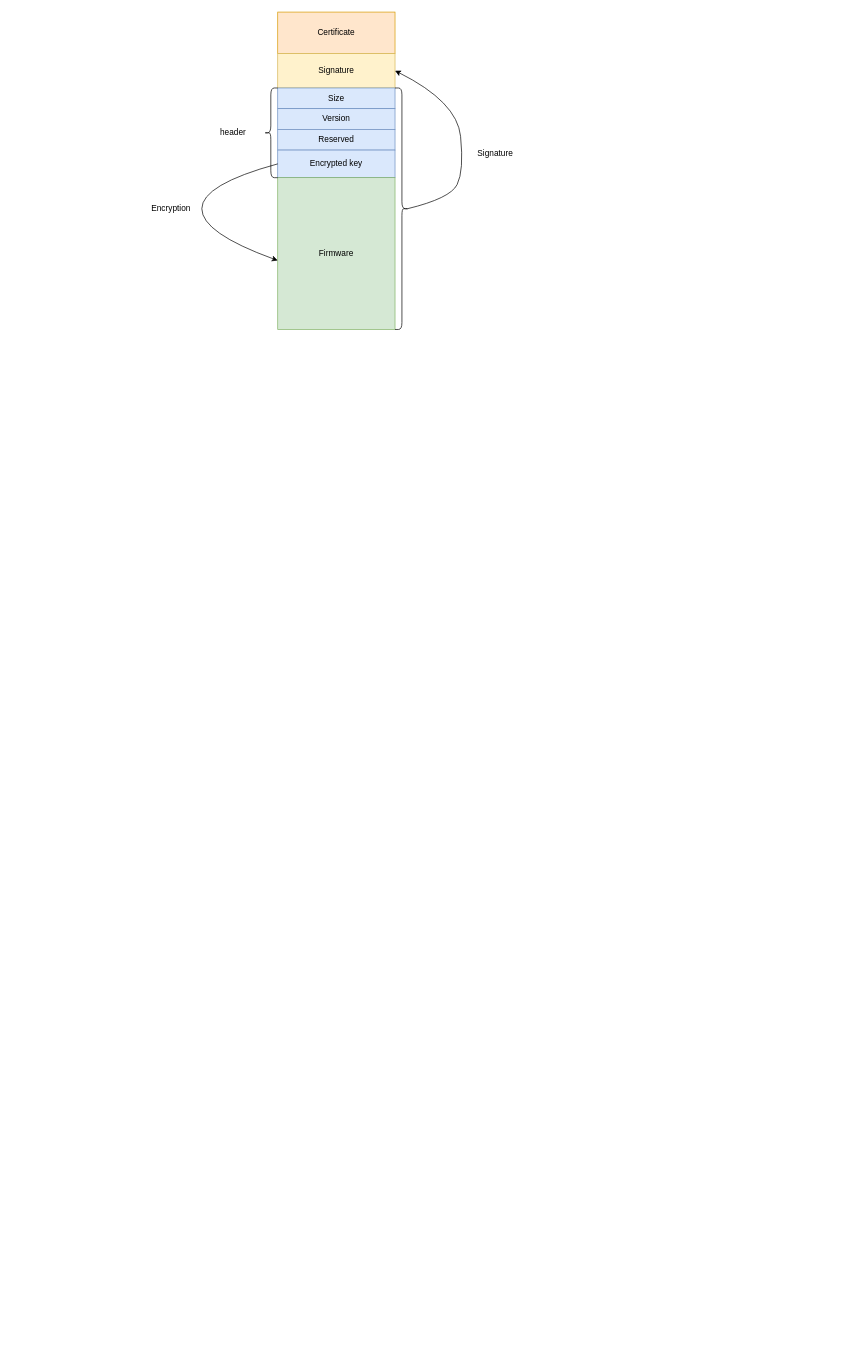
The draw.io diagram page "image" (4 of 4) of secure_boot.drawio in thomas-coding/drawio, before the edit. Source tidied: cells renumbered, new cells numbered last; positions are measured from the earlier drawing's top-left corner, leaving out a move shared by most shapes. Both pictures are drawn from the tidied source at 69%, with x=0, y=0 at pixel (143, 12).
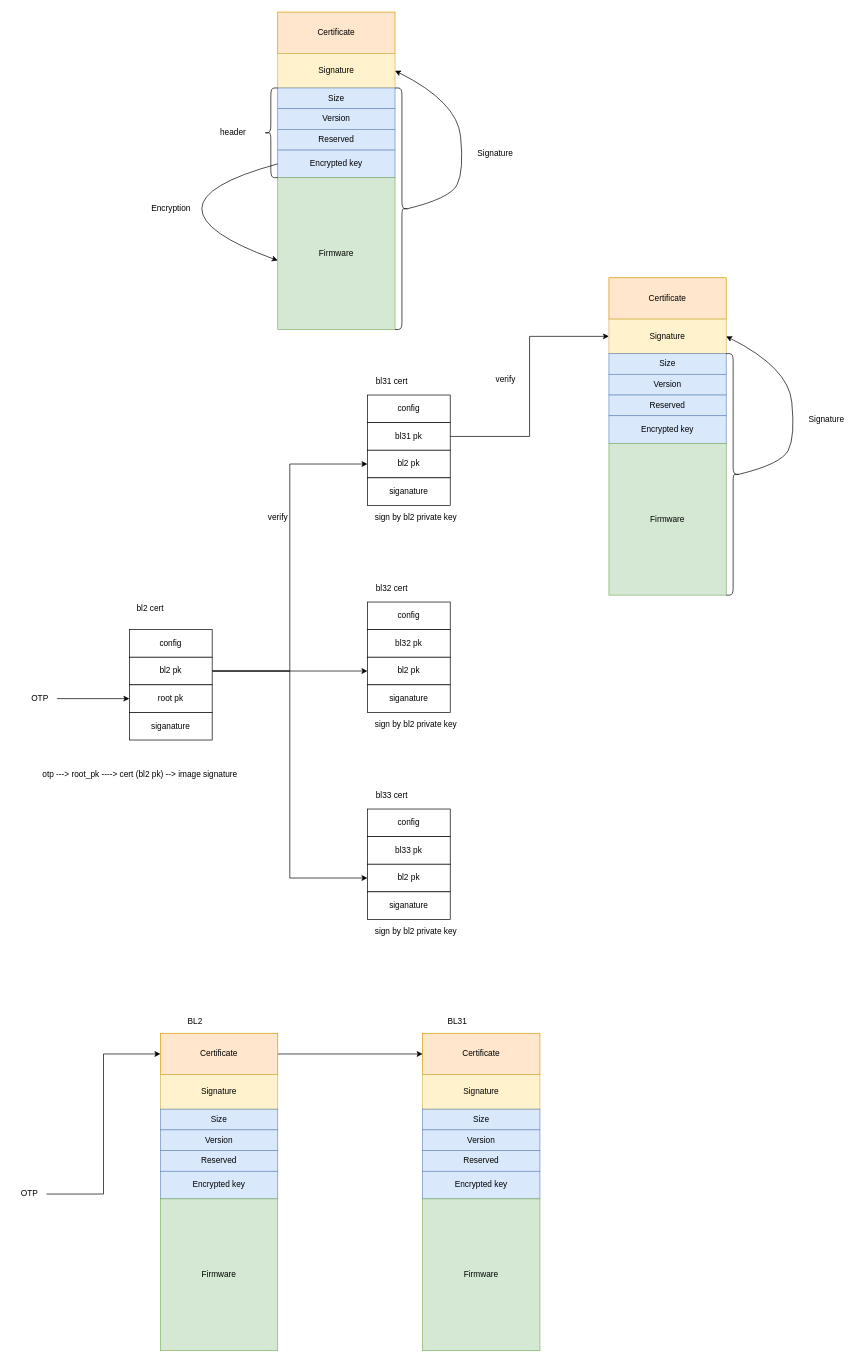
After the change.

Diff of the diagram source:
```diff
@@
+    <mxCell id="16" value="bl2 cert" style="text;html=1;align=center;verticalAlign=middle;strokeColor=none;fillColor=none;" parent="1" vertex="1">
+      <mxGeometry x="-20" y="850" width="60" height="30" as="geometry" />
+    </mxCell>
+    <mxCell id="17" value="config" style="rounded=0;whiteSpace=wrap;html=1;" parent="1" vertex="1">
+      <mxGeometry x="-20" y="895" width="120" height="40" as="geometry" />
+    </mxCell>
+    <mxCell id="18" style="edgeStyle=orthogonalEdgeStyle;rounded=0;jettySize=auto;html=1;entryX=0;entryY=0.5;entryDx=0;entryDy=0;" parent="1" edge="1" source="21" target="29">
+      <mxGeometry relative="1" as="geometry" />
+    </mxCell>
+    <mxCell id="19" style="edgeStyle=orthogonalEdgeStyle;rounded=0;jettySize=auto;html=1;entryX=0;entryY=0.5;entryDx=0;entryDy=0;" parent="1" edge="1" source="21" target="38">
+      <mxGeometry relative="1" as="geometry" />
+    </mxCell>
+    <mxCell id="20" style="edgeStyle=orthogonalEdgeStyle;rounded=0;jettySize=auto;html=1;entryX=0;entryY=0.5;entryDx=0;entryDy=0;" parent="1" edge="1" source="21" target="44">
+      <mxGeometry relative="1" as="geometry" />
+    </mxCell>
+    <mxCell id="21" value="bl2 pk" style="rounded=0;whiteSpace=wrap;html=1;" parent="1" vertex="1">
+      <mxGeometry x="-20" y="935" width="120" height="40" as="geometry" />
+    </mxCell>
+    <mxCell id="22" value="root pk" style="rounded=0;whiteSpace=wrap;html=1;" parent="1" vertex="1">
+      <mxGeometry x="-20" y="975" width="120" height="40" as="geometry" />
+    </mxCell>
+    <mxCell id="23" value="siganature" style="rounded=0;whiteSpace=wrap;html=1;" parent="1" vertex="1">
+      <mxGeometry x="-20" y="1015" width="120" height="40" as="geometry" />
+    </mxCell>
+    <mxCell id="24" value="otp ---&amp;gt; root_pk ----&amp;gt; cert (bl2 pk) --&amp;gt; image signature" style="text;html=1;align=center;verticalAlign=middle;strokeColor=none;fillColor=none;" parent="1" vertex="1">
+      <mxGeometry x="-160" y="1090" width="310" height="30" as="geometry" />
+    </mxCell>
+    <mxCell id="25" value="bl31 cert" style="text;html=1;align=center;verticalAlign=middle;strokeColor=none;fillColor=none;" parent="1" vertex="1">
+      <mxGeometry x="325" y="520" width="70" height="30" as="geometry" />
+    </mxCell>
+    <mxCell id="26" value="config" style="rounded=0;whiteSpace=wrap;html=1;" parent="1" vertex="1">
+      <mxGeometry x="325" y="555" width="120" height="40" as="geometry" />
+    </mxCell>
+    <mxCell id="27" style="edgeStyle=orthogonalEdgeStyle;rounded=0;jettySize=auto;html=1;entryX=0;entryY=0.5;entryDx=0;entryDy=0;" parent="1" edge="1" source="28" target="48">
+      <mxGeometry relative="1" as="geometry" />
+    </mxCell>
+    <mxCell id="28" value="bl31 pk" style="rounded=0;whiteSpace=wrap;html=1;" parent="1" vertex="1">
+      <mxGeometry x="325" y="595" width="120" height="40" as="geometry" />
+    </mxCell>
+    <mxCell id="29" value="bl2 pk" style="rounded=0;whiteSpace=wrap;html=1;" parent="1" vertex="1">
+      <mxGeometry x="325" y="635" width="120" height="40" as="geometry" />
+    </mxCell>
+    <mxCell id="30" value="siganature" style="rounded=0;whiteSpace=wrap;html=1;" parent="1" vertex="1">
+      <mxGeometry x="325" y="675" width="120" height="40" as="geometry" />
+    </mxCell>
+    <mxCell id="31" value="verify" style="text;html=1;align=center;verticalAlign=middle;strokeColor=none;fillColor=none;" parent="1" vertex="1">
+      <mxGeometry x="170" y="718" width="50" height="30" as="geometry" />
+    </mxCell>
+    <mxCell id="32" value="sign by bl2 private key" style="text;html=1;align=center;verticalAlign=middle;strokeColor=none;fillColor=none;" parent="1" vertex="1">
+      <mxGeometry x="325" y="718" width="140" height="30" as="geometry" />
+    </mxCell>
+    <mxCell id="33" style="edgeStyle=orthogonalEdgeStyle;rounded=0;jettySize=auto;html=1;entryX=0;entryY=0.5;entryDx=0;entryDy=0;" parent="1" edge="1" source="34" target="22">
+      <mxGeometry relative="1" as="geometry" />
+    </mxCell>
+    <mxCell id="34" value="OTP" style="text;html=1;align=center;verticalAlign=middle;points=[];strokeColor=none;fillColor=none;" parent="1" vertex="1">
+      <mxGeometry x="-175" y="980" width="50" height="30" as="geometry" />
+    </mxCell>
+    <mxCell id="35" value="bl32 cert" style="text;html=1;align=center;verticalAlign=middle;strokeColor=none;fillColor=none;" parent="1" vertex="1">
+      <mxGeometry x="325" y="820" width="70" height="30" as="geometry" />
+    </mxCell>
+    <mxCell id="36" value="config" style="rounded=0;whiteSpace=wrap;html=1;" parent="1" vertex="1">
+      <mxGeometry x="325" y="855" width="120" height="40" as="geometry" />
+    </mxCell>
+    <mxCell id="37" value="bl32 pk" style="rounded=0;whiteSpace=wrap;html=1;" parent="1" vertex="1">
+      <mxGeometry x="325" y="895" width="120" height="40" as="geometry" />
+    </mxCell>
+    <mxCell id="38" value="bl2 pk" style="rounded=0;whiteSpace=wrap;html=1;" parent="1" vertex="1">
+      <mxGeometry x="325" y="935" width="120" height="40" as="geometry" />
+    </mxCell>
+    <mxCell id="39" value="siganature" style="rounded=0;whiteSpace=wrap;html=1;" parent="1" vertex="1">
+      <mxGeometry x="325" y="975" width="120" height="40" as="geometry" />
+    </mxCell>
+    <mxCell id="40" value="sign by bl2 private key" style="text;html=1;align=center;verticalAlign=middle;strokeColor=none;fillColor=none;" parent="1" vertex="1">
+      <mxGeometry x="325" y="1018" width="140" height="30" as="geometry" />
+    </mxCell>
+    <mxCell id="41" value="bl33 cert" style="text;html=1;align=center;verticalAlign=middle;strokeColor=none;fillColor=none;" parent="1" vertex="1">
+      <mxGeometry x="325" y="1120" width="70" height="30" as="geometry" />
+    </mxCell>
+    <mxCell id="42" value="config" style="rounded=0;whiteSpace=wrap;html=1;" parent="1" vertex="1">
+      <mxGeometry x="325" y="1155" width="120" height="40" as="geometry" />
+    </mxCell>
+    <mxCell id="43" value="bl33 pk" style="rounded=0;whiteSpace=wrap;html=1;" parent="1" vertex="1">
+      <mxGeometry x="325" y="1195" width="120" height="40" as="geometry" />
+    </mxCell>
+    <mxCell id="44" value="bl2 pk" style="rounded=0;whiteSpace=wrap;html=1;" parent="1" vertex="1">
+      <mxGeometry x="325" y="1235" width="120" height="40" as="geometry" />
+    </mxCell>
+    <mxCell id="45" value="siganature" style="rounded=0;whiteSpace=wrap;html=1;" parent="1" vertex="1">
+      <mxGeometry x="325" y="1275" width="120" height="40" as="geometry" />
+    </mxCell>
+    <mxCell id="46" value="sign by bl2 private key" style="text;html=1;align=center;verticalAlign=middle;strokeColor=none;fillColor=none;" parent="1" vertex="1">
+      <mxGeometry x="325" y="1318" width="140" height="30" as="geometry" />
+    </mxCell>
+    <mxCell id="47" value="Certificate" style="rounded=0;whiteSpace=wrap;html=1;fillColor=#ffe6cc;strokeColor=#d79b00;" parent="1" vertex="1">
+      <mxGeometry x="675" y="385" width="170" height="60" as="geometry" />
+    </mxCell>
+    <mxCell id="48" value="Signature" style="rounded=0;whiteSpace=wrap;html=1;fillColor=#fff2cc;strokeColor=#d6b656;" parent="1" vertex="1">
+      <mxGeometry x="675" y="445" width="170" height="50" as="geometry" />
+    </mxCell>
+    <mxCell id="49" value="Size" style="rounded=0;whiteSpace=wrap;html=1;fillColor=#dae8fc;strokeColor=#6c8ebf;" parent="1" vertex="1">
+      <mxGeometry x="675" y="495" width="170" height="30" as="geometry" />
+    </mxCell>
+    <mxCell id="50" value="Version" style="rounded=0;whiteSpace=wrap;html=1;fillColor=#dae8fc;strokeColor=#6c8ebf;" parent="1" vertex="1">
+      <mxGeometry x="675" y="525" width="170" height="30" as="geometry" />
+    </mxCell>
+    <mxCell id="51" value="Reserved" style="rounded=0;whiteSpace=wrap;html=1;fillColor=#dae8fc;strokeColor=#6c8ebf;" parent="1" vertex="1">
+      <mxGeometry x="675" y="555" width="170" height="30" as="geometry" />
+    </mxCell>
+    <mxCell id="52" value="Encrypted key" style="rounded=0;whiteSpace=wrap;html=1;fillColor=#dae8fc;strokeColor=#6c8ebf;" parent="1" vertex="1">
+      <mxGeometry x="675" y="585" width="170" height="40" as="geometry" />
+    </mxCell>
+    <mxCell id="53" value="Firmware" style="rounded=0;whiteSpace=wrap;html=1;fillColor=#d5e8d4;strokeColor=#82b366;" parent="1" vertex="1">
+      <mxGeometry x="675" y="625" width="170" height="220" as="geometry" />
+    </mxCell>
+    <mxCell id="54" style="shape=curlyBracket;whiteSpace=wrap;html=1;rounded=1;flipH=1;labelPosition=right;verticalLabelPosition=middle;align=left;verticalAlign=middle;" parent="1" vertex="1">
+      <mxGeometry x="845" y="495" width="20" height="350" as="geometry" />
+    </mxCell>
+    <mxCell id="55" style="curved=1;endArrow=classic;html=1;rounded=0;exitX=0.1;exitY=0.5;exitDx=0;exitDy=0;exitPerimeter=0;entryX=1;entryY=0.5;entryDx=0;entryDy=0;" parent="1" edge="1" source="54" target="48">
+      <mxGeometry relative="1" as="geometry">
+        <Array as="points">
+          <mxPoint x="925" y="655" />
+          <mxPoint x="945" y="615" />
+          <mxPoint x="935" y="515" />
+        </Array>
+      </mxGeometry>
+    </mxCell>
+    <mxCell id="56" value="Signature" style="text;html=1;align=center;verticalAlign=middle;strokeColor=none;fillColor=none;" parent="1" vertex="1">
+      <mxGeometry x="955" y="575" width="70" height="30" as="geometry" />
+    </mxCell>
+    <mxCell id="57" value="verify" style="text;html=1;align=center;verticalAlign=middle;strokeColor=none;fillColor=none;" parent="1" vertex="1">
+      <mxGeometry x="500" y="518" width="50" height="30" as="geometry" />
+    </mxCell>
+    <mxCell id="58" style="edgeStyle=orthogonalEdgeStyle;rounded=0;jettySize=auto;html=1;entryX=0;entryY=0.5;entryDx=0;entryDy=0;" parent="1" edge="1" source="59" target="67">
+      <mxGeometry relative="1" as="geometry" />
+    </mxCell>
+    <mxCell id="59" value="Certificate" style="rounded=0;whiteSpace=wrap;html=1;fillColor=#ffe6cc;strokeColor=#d79b00;" parent="1" vertex="1">
+      <mxGeometry x="25" y="1480" width="170" height="60" as="geometry" />
+    </mxCell>
+    <mxCell id="60" value="Signature" style="rounded=0;whiteSpace=wrap;html=1;fillColor=#fff2cc;strokeColor=#d6b656;" parent="1" vertex="1">
+      <mxGeometry x="25" y="1540" width="170" height="50" as="geometry" />
+    </mxCell>
+    <mxCell id="61" value="Size" style="rounded=0;whiteSpace=wrap;html=1;fillColor=#dae8fc;strokeColor=#6c8ebf;" parent="1" vertex="1">
+      <mxGeometry x="25" y="1590" width="170" height="30" as="geometry" />
+    </mxCell>
+    <mxCell id="62" value="Version" style="rounded=0;whiteSpace=wrap;html=1;fillColor=#dae8fc;strokeColor=#6c8ebf;" parent="1" vertex="1">
+      <mxGeometry x="25" y="1620" width="170" height="30" as="geometry" />
+    </mxCell>
+    <mxCell id="63" value="Reserved" style="rounded=0;whiteSpace=wrap;html=1;fillColor=#dae8fc;strokeColor=#6c8ebf;" parent="1" vertex="1">
+      <mxGeometry x="25" y="1650" width="170" height="30" as="geometry" />
+    </mxCell>
+    <mxCell id="64" value="Encrypted key" style="rounded=0;whiteSpace=wrap;html=1;fillColor=#dae8fc;strokeColor=#6c8ebf;" parent="1" vertex="1">
+      <mxGeometry x="25" y="1680" width="170" height="40" as="geometry" />
+    </mxCell>
+    <mxCell id="65" value="Firmware" style="rounded=0;whiteSpace=wrap;html=1;fillColor=#d5e8d4;strokeColor=#82b366;" parent="1" vertex="1">
+      <mxGeometry x="25" y="1720" width="170" height="220" as="geometry" />
+    </mxCell>
+    <mxCell id="66" value="BL2" style="text;html=1;align=center;verticalAlign=middle;strokeColor=none;fillColor=none;" parent="1" vertex="1">
+      <mxGeometry x="55" y="1448" width="40" height="30" as="geometry" />
+    </mxCell>
+    <mxCell id="67" value="Certificate" style="rounded=0;whiteSpace=wrap;html=1;fillColor=#ffe6cc;strokeColor=#d79b00;" parent="1" vertex="1">
+      <mxGeometry x="405" y="1480" width="170" height="60" as="geometry" />
+    </mxCell>
+    <mxCell id="68" value="Signature" style="rounded=0;whiteSpace=wrap;html=1;fillColor=#fff2cc;strokeColor=#d6b656;" parent="1" vertex="1">
+      <mxGeometry x="405" y="1540" width="170" height="50" as="geometry" />
+    </mxCell>
+    <mxCell id="69" value="Size" style="rounded=0;whiteSpace=wrap;html=1;fillColor=#dae8fc;strokeColor=#6c8ebf;" parent="1" vertex="1">
+      <mxGeometry x="405" y="1590" width="170" height="30" as="geometry" />
+    </mxCell>
+    <mxCell id="70" value="Version" style="rounded=0;whiteSpace=wrap;html=1;fillColor=#dae8fc;strokeColor=#6c8ebf;" parent="1" vertex="1">
+      <mxGeometry x="405" y="1620" width="170" height="30" as="geometry" />
+    </mxCell>
+    <mxCell id="71" value="Reserved" style="rounded=0;whiteSpace=wrap;html=1;fillColor=#dae8fc;strokeColor=#6c8ebf;" parent="1" vertex="1">
+      <mxGeometry x="405" y="1650" width="170" height="30" as="geometry" />
+    </mxCell>
+    <mxCell id="72" value="Encrypted key" style="rounded=0;whiteSpace=wrap;html=1;fillColor=#dae8fc;strokeColor=#6c8ebf;" parent="1" vertex="1">
+      <mxGeometry x="405" y="1680" width="170" height="40" as="geometry" />
+    </mxCell>
+    <mxCell id="73" value="Firmware" style="rounded=0;whiteSpace=wrap;html=1;fillColor=#d5e8d4;strokeColor=#82b366;" parent="1" vertex="1">
+      <mxGeometry x="405" y="1720" width="170" height="220" as="geometry" />
+    </mxCell>
+    <mxCell id="74" value="BL31" style="text;html=1;align=center;verticalAlign=middle;strokeColor=none;fillColor=none;" parent="1" vertex="1">
+      <mxGeometry x="430" y="1448" width="50" height="30" as="geometry" />
+    </mxCell>
+    <mxCell id="75" style="edgeStyle=orthogonalEdgeStyle;rounded=0;jettySize=auto;html=1;entryX=0;entryY=0.5;entryDx=0;entryDy=0;" parent="1" edge="1" source="76" target="59">
+      <mxGeometry relative="1" as="geometry" />
+    </mxCell>
+    <mxCell id="76" value="OTP" style="text;html=1;align=center;verticalAlign=middle;points=[];strokeColor=none;fillColor=none;" parent="1" vertex="1">
+      <mxGeometry x="-190" y="1698" width="50" height="30" as="geometry" />
+    </mxCell>
```
